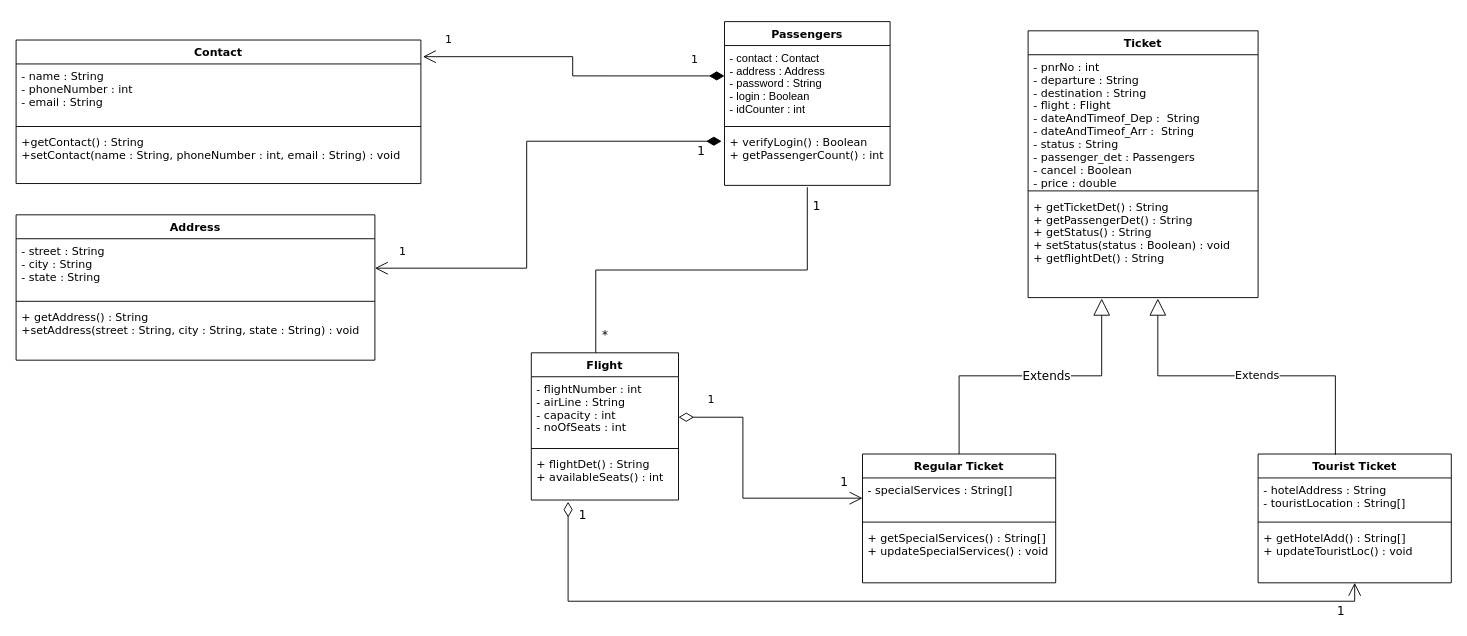
Above: FRS_ClassDiagram.drawio in Saurav-Chowdhury/Flight-Reservation-System (draw.io), before the change. Source tidied: cells renumbered, new cells numbered last; positions are measured from the earlier drawing's top-left corner, leaving out a move shared by most shapes. Both pictures are drawn from the tidied source at 92%, with x=0, y=0 at pixel (16, 21).
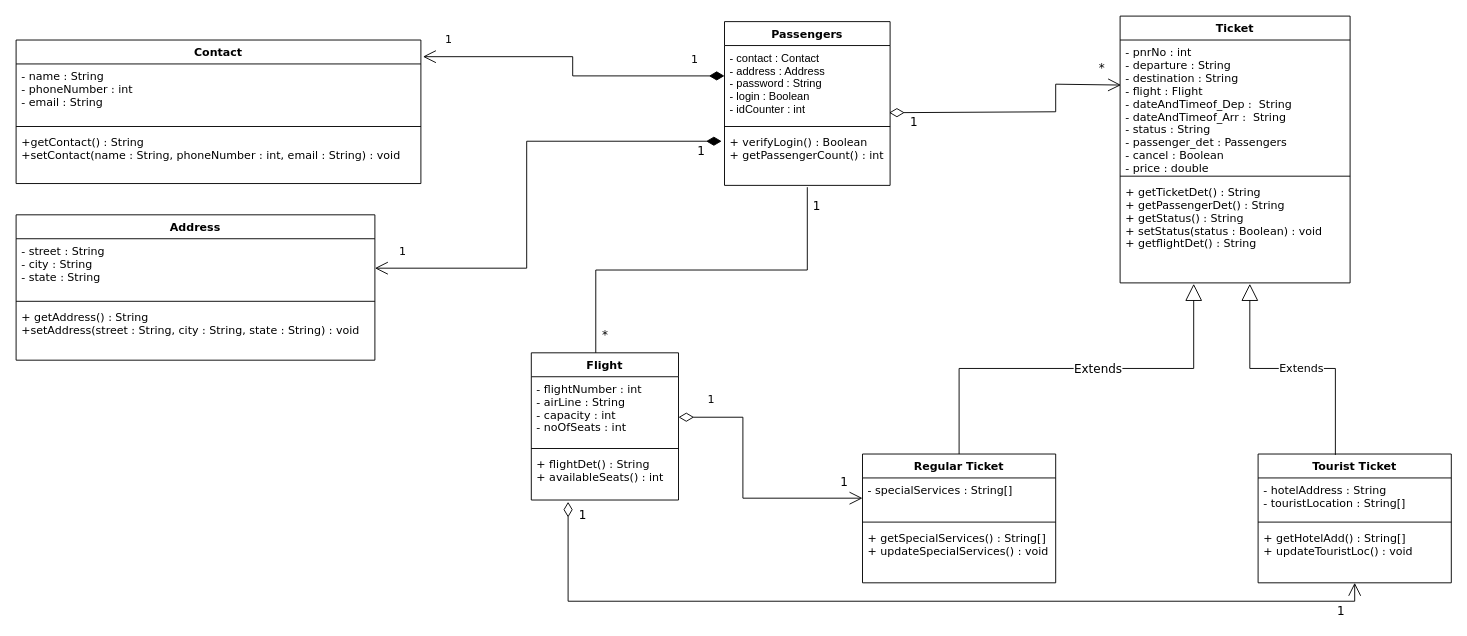
The same diagram, later.

Commit message:
Updated Class Diagram

The change refers to these unchanged cells:
```xml
<mxCell id="15" value="- pnrNo : int&#10;- departure : String&#10;- destination : String&#10;- flight : Flight&#10;- dateAndTimeof_Dep :  String&#10;- dateAndTimeof_Arr :  String&#10;- status : String&#10;- passenger_det : Passengers&#10;- cancel : Boolean&#10;- price : double" style="text;strokeColor=none;fillColor=none;align=left;verticalAlign=top;spacingLeft=4;spacingRight=4;overflow=hidden;points=[[0,0.5],[1,0.5]];portConstraint=eastwest;fontFamily=Verdana;" parent="14" vertex="1">
  <mxGeometry y="26" width="250" height="144" as="geometry" />
</mxCell>
<mxCell id="31" value="- contact : Contact&#10;- address : Address&#10;- password : String&#10;- login : Boolean&#10;- idCounter : int" style="text;strokeColor=none;fillColor=none;align=left;verticalAlign=top;spacingLeft=4;spacingRight=4;overflow=hidden;points=[[0,0.5],[1,0.5]];portConstraint=eastwest;" parent="30" vertex="1">
  <mxGeometry y="26" width="180" height="84" as="geometry" />
</mxCell>
```

Change to the diagram source:
```diff
@@
     <mxCell id="14" value="Ticket" style="swimlane;fontStyle=1;align=center;verticalAlign=top;horizontal=1;startSize=26;fontFamily=Verdana;" parent="1" vertex="1">
-      <mxGeometry x="1100" y="10" width="250" height="290" as="geometry" />
+      <mxGeometry x="1200" y="-6" width="250" height="290" as="geometry" />
     </mxCell>
@@
+    <mxCell id="43" value="&lt;font style=&quot;font-size: 13px&quot;&gt;1&lt;/font&gt;" style="endArrow=open;html=1;endSize=12;startArrow=diamondThin;startSize=14;startFill=0;edgeStyle=orthogonalEdgeStyle;align=left;verticalAlign=bottom;rounded=0;fontFamily=Verdana;fontSize=13;exitX=0.994;exitY=0.869;exitDx=0;exitDy=0;exitPerimeter=0;entryX=0.004;entryY=0.34;entryDx=0;entryDy=0;entryPerimeter=0;" parent="1" edge="1" source="31" target="15">
+      <mxGeometry x="-0.85" y="-21" relative="1" as="geometry">
+        <Array as="points">
+          <mxPoint x="1130" y="98" />
+          <mxPoint x="1130" y="68" />
+        </Array>
+      </mxGeometry>
+    </mxCell>
+    <mxCell id="44" value="*" style="text;html=1;align=center;verticalAlign=middle;strokeColor=none;fillColor=none;fontSize=13;fontFamily=Verdana;" parent="1" vertex="1">
+      <mxGeometry x="1170" y="40" width="20" height="20" as="geometry" />
+    </mxCell>
```
